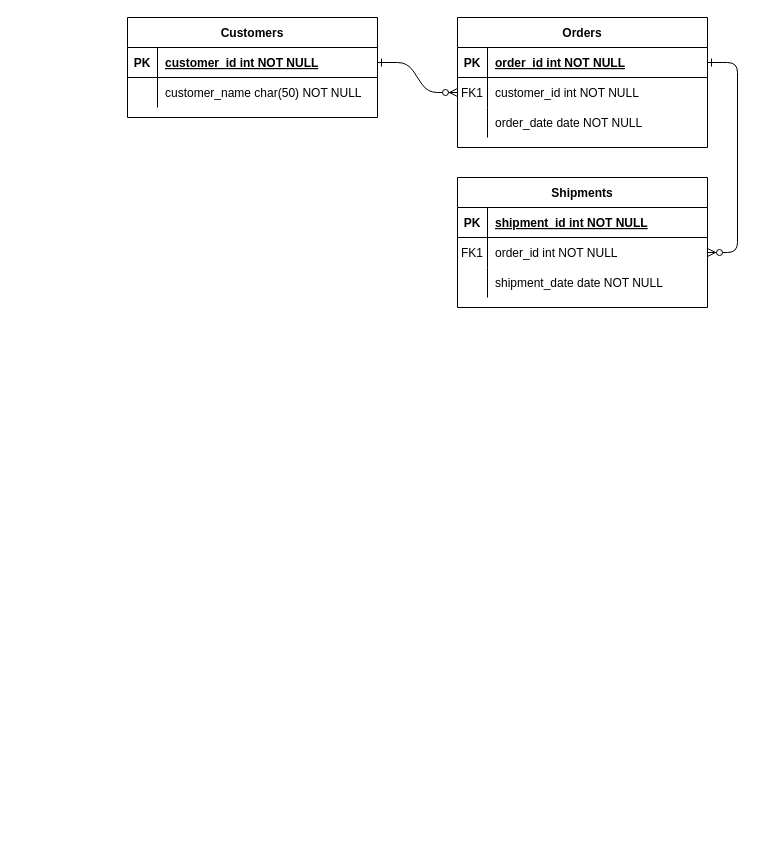
Before: ERD 다이어그램.drawio in korno1/hotplace, a draw.io diagram. Source tidied: cells renumbered, new cells numbered last; positions are measured from the earlier drawing's top-left corner, leaving out a move shared by most shapes. Both pictures are drawn from the tidied source at 100%, with x=0, y=0 at pixel (127, 17).
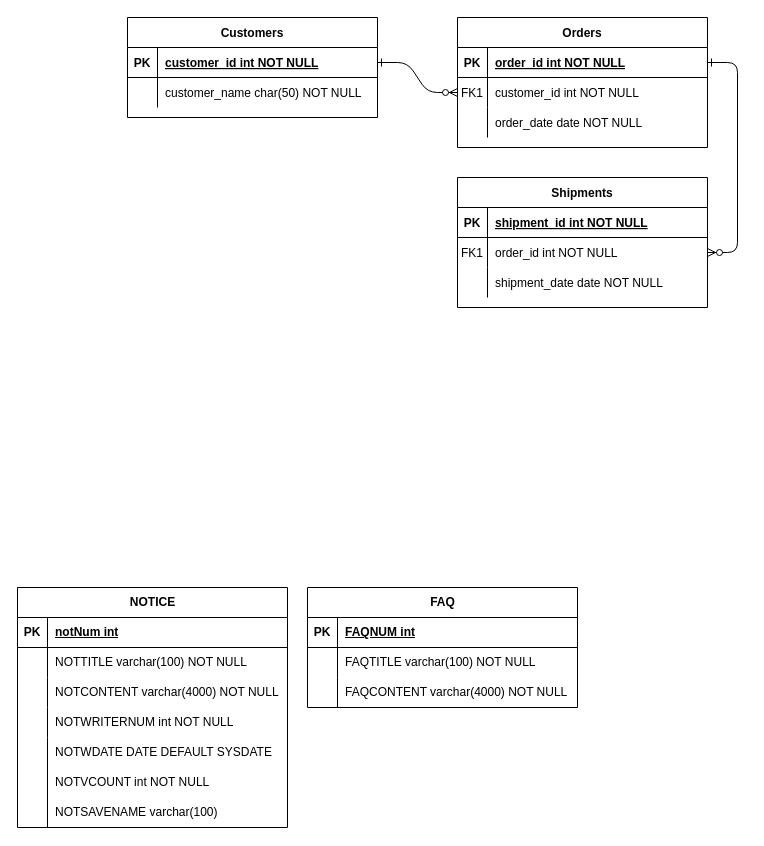
The same page after the edit.

Commit message:
ERD 다이어그램.drawio 이재민 업데이트

Change to the diagram source:
```diff
@@
+    <mxCell id="31" value="NOTICE" style="shape=table;startSize=30;childLayout=tableLayout;rowLines=0;fontStyle=1;align=center;html=1;" parent="1" vertex="1">
+      <mxGeometry x="-110" y="570" width="270" height="240" as="geometry" />
+    </mxCell>
+    <mxCell id="32" style="shape=tableRow;horizontal=0;startSize=0;swimlaneHead=0;swimlaneBody=0;fillColor=none;top=0;left=0;right=0;bottom=1;" parent="31" vertex="1">
+      <mxGeometry y="30" width="270" height="30" as="geometry" />
+    </mxCell>
+    <mxCell id="33" value="PK" style="shape=partialRectangle;fillColor=none;top=0;left=0;bottom=0;right=0;fontStyle=1;overflow=hidden;whiteSpace=wrap;html=1;" parent="32" vertex="1">
+      <mxGeometry width="30" height="30" as="geometry" />
+    </mxCell>
+    <mxCell id="34" value="notNum int" style="shape=partialRectangle;fillColor=none;top=0;left=0;bottom=0;right=0;align=left;spacingLeft=6;fontStyle=5;overflow=hidden;whiteSpace=wrap;html=1;" parent="32" vertex="1">
+      <mxGeometry x="30" width="240" height="30" as="geometry" />
+    </mxCell>
+    <mxCell id="35" style="shape=tableRow;horizontal=0;startSize=0;swimlaneHead=0;swimlaneBody=0;fillColor=none;top=0;left=0;right=0;bottom=0;" parent="31" vertex="1">
+      <mxGeometry y="60" width="270" height="30" as="geometry" />
+    </mxCell>
+    <mxCell id="36" style="shape=partialRectangle;fillColor=none;top=0;left=0;bottom=0;right=0;overflow=hidden;whiteSpace=wrap;html=1;" parent="35" vertex="1">
+      <mxGeometry width="30" height="30" as="geometry" />
+    </mxCell>
+    <mxCell id="37" value="NOTTITLE varchar(100) NOT NULL" style="shape=partialRectangle;fillColor=none;top=0;left=0;bottom=0;right=0;align=left;spacingLeft=6;overflow=hidden;whiteSpace=wrap;html=1;" parent="35" vertex="1">
+      <mxGeometry x="30" width="240" height="30" as="geometry" />
+    </mxCell>
+    <mxCell id="38" style="shape=tableRow;horizontal=0;startSize=0;swimlaneHead=0;swimlaneBody=0;fillColor=none;top=0;left=0;right=0;bottom=0;" parent="31" vertex="1">
+      <mxGeometry y="90" width="270" height="30" as="geometry" />
+    </mxCell>
+    <mxCell id="39" style="shape=partialRectangle;fillColor=none;top=0;left=0;bottom=0;right=0;overflow=hidden;whiteSpace=wrap;html=1;" parent="38" vertex="1">
+      <mxGeometry width="30" height="30" as="geometry" />
+    </mxCell>
+    <mxCell id="40" value="NOTCONTENT varchar(4000) NOT NULL" style="shape=partialRectangle;fillColor=none;top=0;left=0;bottom=0;right=0;align=left;spacingLeft=6;overflow=hidden;whiteSpace=wrap;html=1;" parent="38" vertex="1">
+      <mxGeometry x="30" width="240" height="30" as="geometry" />
+    </mxCell>
+    <mxCell id="41" style="shape=tableRow;horizontal=0;startSize=0;swimlaneHead=0;swimlaneBody=0;fillColor=none;top=0;left=0;right=0;bottom=0;" parent="31" vertex="1">
+      <mxGeometry y="120" width="270" height="30" as="geometry" />
+    </mxCell>
+    <mxCell id="42" style="shape=partialRectangle;fillColor=none;top=0;left=0;bottom=0;right=0;overflow=hidden;whiteSpace=wrap;html=1;" parent="41" vertex="1">
+      <mxGeometry width="30" height="30" as="geometry" />
+    </mxCell>
+    <mxCell id="43" value="NOTWRITERNUM int NOT NULL" style="shape=partialRectangle;fillColor=none;top=0;left=0;bottom=0;right=0;align=left;spacingLeft=6;overflow=hidden;whiteSpace=wrap;html=1;" parent="41" vertex="1">
+      <mxGeometry x="30" width="240" height="30" as="geometry" />
+    </mxCell>
+    <mxCell id="44" style="shape=tableRow;horizontal=0;startSize=0;swimlaneHead=0;swimlaneBody=0;fillColor=none;top=0;left=0;right=0;bottom=0;" parent="1" vertex="1">
+      <mxGeometry x="40" y="660" width="120" height="30" as="geometry" />
+    </mxCell>
+    <mxCell id="45" style="shape=partialRectangle;fillColor=none;top=0;left=0;bottom=0;right=0;overflow=hidden;whiteSpace=wrap;html=1;" parent="44" vertex="1">
+      <mxGeometry width="30" height="30" as="geometry" />
+    </mxCell>
+    <mxCell id="46" style="shape=tableRow;horizontal=0;startSize=0;swimlaneHead=0;swimlaneBody=0;fillColor=none;top=0;left=0;right=0;bottom=0;" parent="1" vertex="1">
+      <mxGeometry x="-110" y="720" width="270" height="30" as="geometry" />
+    </mxCell>
+    <mxCell id="47" style="shape=partialRectangle;fillColor=none;top=0;left=0;bottom=0;right=0;overflow=hidden;whiteSpace=wrap;html=1;strokeColor=#000000;" parent="46" vertex="1">
+      <mxGeometry width="30" height="30" as="geometry" />
+    </mxCell>
+    <mxCell id="48" value="NOTWDATE DATE DEFAULT SYSDATE" style="shape=partialRectangle;fillColor=none;top=0;left=0;bottom=0;right=0;align=left;spacingLeft=6;overflow=hidden;whiteSpace=wrap;html=1;" parent="46" vertex="1">
+      <mxGeometry x="30" width="240" height="30" as="geometry" />
+    </mxCell>
+    <mxCell id="49" style="endArrow=none;html=1;rounded=0;fontFamily=Helvetica;fontSize=12;fontColor=default;entryX=0;entryY=0.5;entryDx=0;entryDy=0;" parent="1" edge="1">
+      <mxGeometry relative="1" as="geometry">
+        <mxPoint x="-80" y="810" as="sourcePoint" />
+        <mxPoint x="-80" y="720" as="targetPoint" />
+      </mxGeometry>
+    </mxCell>
+    <mxCell id="50" style="shape=partialRectangle;fillColor=none;top=0;left=0;bottom=0;right=0;overflow=hidden;whiteSpace=wrap;html=1;strokeColor=#000000;" parent="1" vertex="1">
+      <mxGeometry x="-110" y="750" width="30" height="30" as="geometry" />
+    </mxCell>
+    <mxCell id="51" value="NOTVCOUNT int NOT NULL" style="shape=partialRectangle;fillColor=none;top=0;left=0;bottom=0;right=0;align=left;spacingLeft=6;overflow=hidden;whiteSpace=wrap;html=1;" parent="1" vertex="1">
+      <mxGeometry x="-80" y="750" width="240" height="30" as="geometry" />
+    </mxCell>
+    <mxCell id="52" style="shape=partialRectangle;fillColor=none;top=0;left=0;bottom=0;right=0;overflow=hidden;whiteSpace=wrap;html=1;strokeColor=#000000;" parent="1" vertex="1">
+      <mxGeometry x="-110" y="780" width="30" height="30" as="geometry" />
+    </mxCell>
+    <mxCell id="53" value="NOTSAVENAME varchar(100)" style="shape=partialRectangle;fillColor=none;top=0;left=0;bottom=0;right=0;align=left;spacingLeft=6;overflow=hidden;whiteSpace=wrap;html=1;" parent="1" vertex="1">
+      <mxGeometry x="-80" y="780" width="240" height="30" as="geometry" />
+    </mxCell>
+    <mxCell id="54" value="FAQ" style="shape=table;startSize=30;childLayout=tableLayout;rowLines=0;fontStyle=1;align=center;html=1;" parent="1" vertex="1">
+      <mxGeometry x="180" y="570" width="270" height="120" as="geometry" />
+    </mxCell>
+    <mxCell id="55" style="shape=tableRow;horizontal=0;startSize=0;swimlaneHead=0;swimlaneBody=0;fillColor=none;top=0;left=0;right=0;bottom=1;" parent="54" vertex="1">
+      <mxGeometry y="30" width="270" height="30" as="geometry" />
+    </mxCell>
+    <mxCell id="56" value="PK" style="shape=partialRectangle;fillColor=none;top=0;left=0;bottom=0;right=0;fontStyle=1;overflow=hidden;whiteSpace=wrap;html=1;" parent="55" vertex="1">
+      <mxGeometry width="30" height="30" as="geometry" />
+    </mxCell>
+    <mxCell id="57" value="FAQNUM int" style="shape=partialRectangle;fillColor=none;top=0;left=0;bottom=0;right=0;align=left;spacingLeft=6;fontStyle=5;overflow=hidden;whiteSpace=wrap;html=1;" parent="55" vertex="1">
+      <mxGeometry x="30" width="240" height="30" as="geometry" />
+    </mxCell>
+    <mxCell id="58" style="shape=tableRow;horizontal=0;startSize=0;swimlaneHead=0;swimlaneBody=0;fillColor=none;top=0;left=0;right=0;bottom=0;" parent="54" vertex="1">
+      <mxGeometry y="60" width="270" height="30" as="geometry" />
+    </mxCell>
+    <mxCell id="59" style="shape=partialRectangle;fillColor=none;top=0;left=0;bottom=0;right=0;overflow=hidden;whiteSpace=wrap;html=1;" parent="58" vertex="1">
+      <mxGeometry width="30" height="30" as="geometry" />
+    </mxCell>
+    <mxCell id="60" value="FAQTITLE varchar(100) NOT NULL" style="shape=partialRectangle;fillColor=none;top=0;left=0;bottom=0;right=0;align=left;spacingLeft=6;overflow=hidden;whiteSpace=wrap;html=1;" parent="58" vertex="1">
+      <mxGeometry x="30" width="240" height="30" as="geometry" />
+    </mxCell>
+    <mxCell id="61" style="shape=tableRow;horizontal=0;startSize=0;swimlaneHead=0;swimlaneBody=0;fillColor=none;top=0;left=0;right=0;bottom=0;" parent="54" vertex="1">
+      <mxGeometry y="90" width="270" height="30" as="geometry" />
+    </mxCell>
+    <mxCell id="62" style="shape=partialRectangle;fillColor=none;top=0;left=0;bottom=0;right=0;overflow=hidden;whiteSpace=wrap;html=1;" parent="61" vertex="1">
+      <mxGeometry width="30" height="30" as="geometry" />
+    </mxCell>
+    <mxCell id="63" value="FAQCONTENT varchar(4000) NOT NULL" style="shape=partialRectangle;fillColor=none;top=0;left=0;bottom=0;right=0;align=left;spacingLeft=6;overflow=hidden;whiteSpace=wrap;html=1;" parent="61" vertex="1">
+      <mxGeometry x="30" width="240" height="30" as="geometry" />
+    </mxCell>
+    <mxCell id="64" style="shape=tableRow;horizontal=0;startSize=0;swimlaneHead=0;swimlaneBody=0;fillColor=none;top=0;left=0;right=0;bottom=0;" parent="1" vertex="1">
+      <mxGeometry x="330" y="660" width="120" height="30" as="geometry" />
+    </mxCell>
+    <mxCell id="65" style="shape=partialRectangle;fillColor=none;top=0;left=0;bottom=0;right=0;overflow=hidden;whiteSpace=wrap;html=1;" parent="64" vertex="1">
+      <mxGeometry width="30" height="30" as="geometry" />
+    </mxCell>
+    <mxCell id="66" style="shape=tableRow;horizontal=0;startSize=0;swimlaneHead=0;swimlaneBody=0;fillColor=none;top=0;left=0;right=0;bottom=0;" parent="1" vertex="1">
+      <mxGeometry x="180" y="720" width="270" height="30" as="geometry" />
+    </mxCell>
+    <mxCell id="67" style="shape=partialRectangle;fillColor=none;top=0;left=0;bottom=0;right=0;overflow=hidden;whiteSpace=wrap;html=1;strokeColor=#000000;" parent="66" vertex="1">
+      <mxGeometry width="30" height="30" as="geometry" />
+    </mxCell>
+    <mxCell id="68" style="shape=partialRectangle;fillColor=none;top=0;left=0;bottom=0;right=0;overflow=hidden;whiteSpace=wrap;html=1;strokeColor=#000000;" parent="1" vertex="1">
+      <mxGeometry x="180" y="690" width="30" height="30" as="geometry" />
+    </mxCell>
+    <mxCell id="69" style="shape=partialRectangle;fillColor=none;top=0;left=0;bottom=0;right=0;overflow=hidden;whiteSpace=wrap;html=1;strokeColor=#000000;" parent="1" vertex="1">
+      <mxGeometry x="180" y="780" width="30" height="30" as="geometry" />
+    </mxCell>
+    <mxCell id="70" style="shape=partialRectangle;fillColor=none;top=0;left=0;bottom=0;right=0;overflow=hidden;whiteSpace=wrap;html=1;" parent="1" vertex="1">
+      <mxGeometry x="180" y="690" width="30" height="30" as="geometry" />
+    </mxCell>
```
